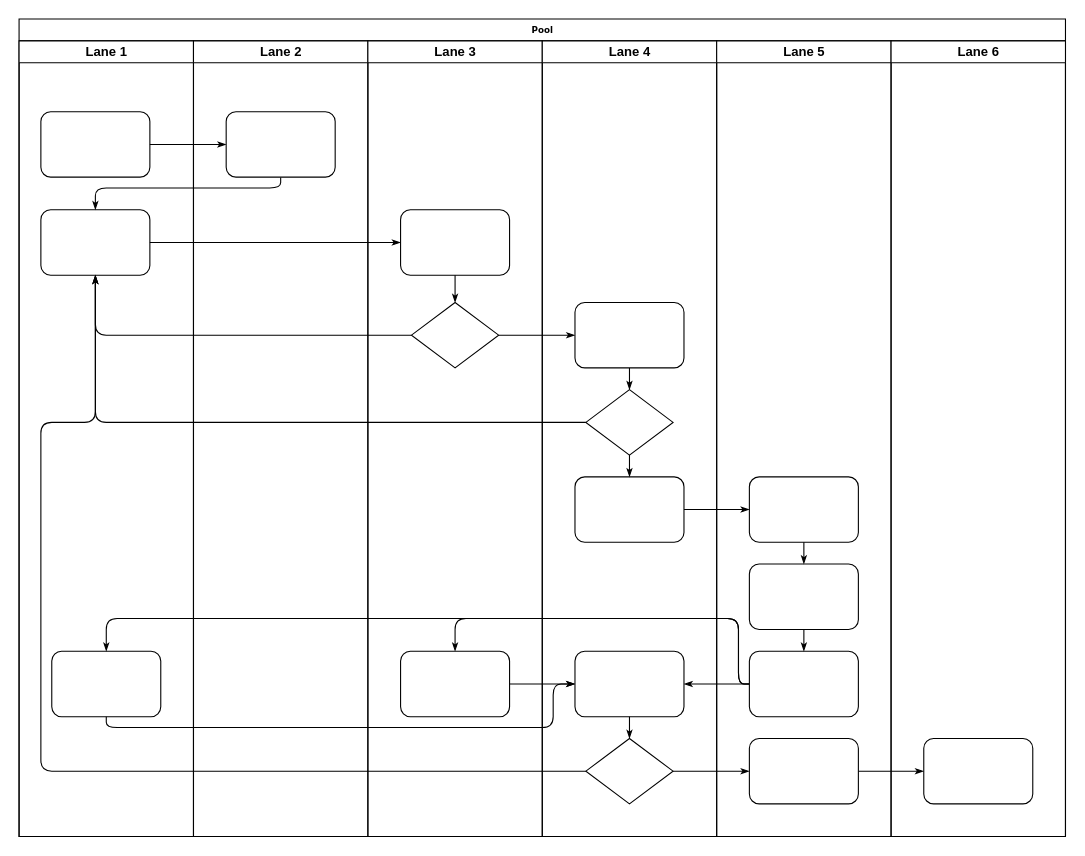
This is Untitled Diagram.drawio from exclusive1c/test, a draw.io file, before an edit. Source tidied: cells renumbered, new cells numbered last; positions are measured from the earlier drawing's top-left corner, leaving out a move shared by most shapes. Both pictures are drawn from the tidied source at 109%, with x=0, y=0 at pixel (19, 19).
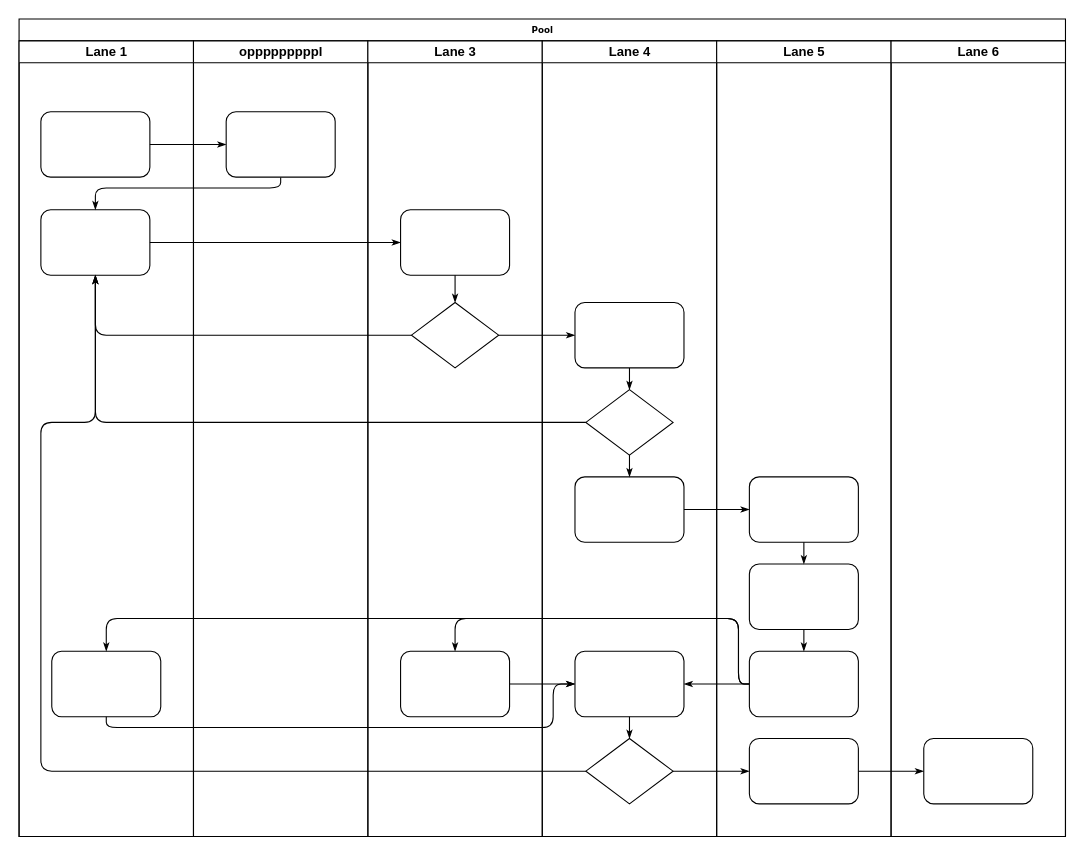
The same diagram, later.

Unchanged cells that the change refers to:
```xml
<mxCell id="2" value="Pool" style="swimlane;html=1;startSize=20;rounded=0;shadow=0;labelBackgroundColor=none;strokeWidth=1;fontFamily=Verdana;fontSize=8;align=center;" parent="1" vertex="1">
  <mxGeometry width="960" height="750" as="geometry" />
</mxCell>
```

Diff of the diagram source:
```diff
@@
-    <mxCell id="22" value="Lane 2" style="swimlane;html=1;startSize=20;" parent="2" vertex="1">
+    <mxCell id="22" value="opppppppppl" style="swimlane;html=1;startSize=20;" parent="2" vertex="1">
       <mxGeometry x="160" y="20" width="160" height="730" as="geometry" />
     </mxCell>
```
